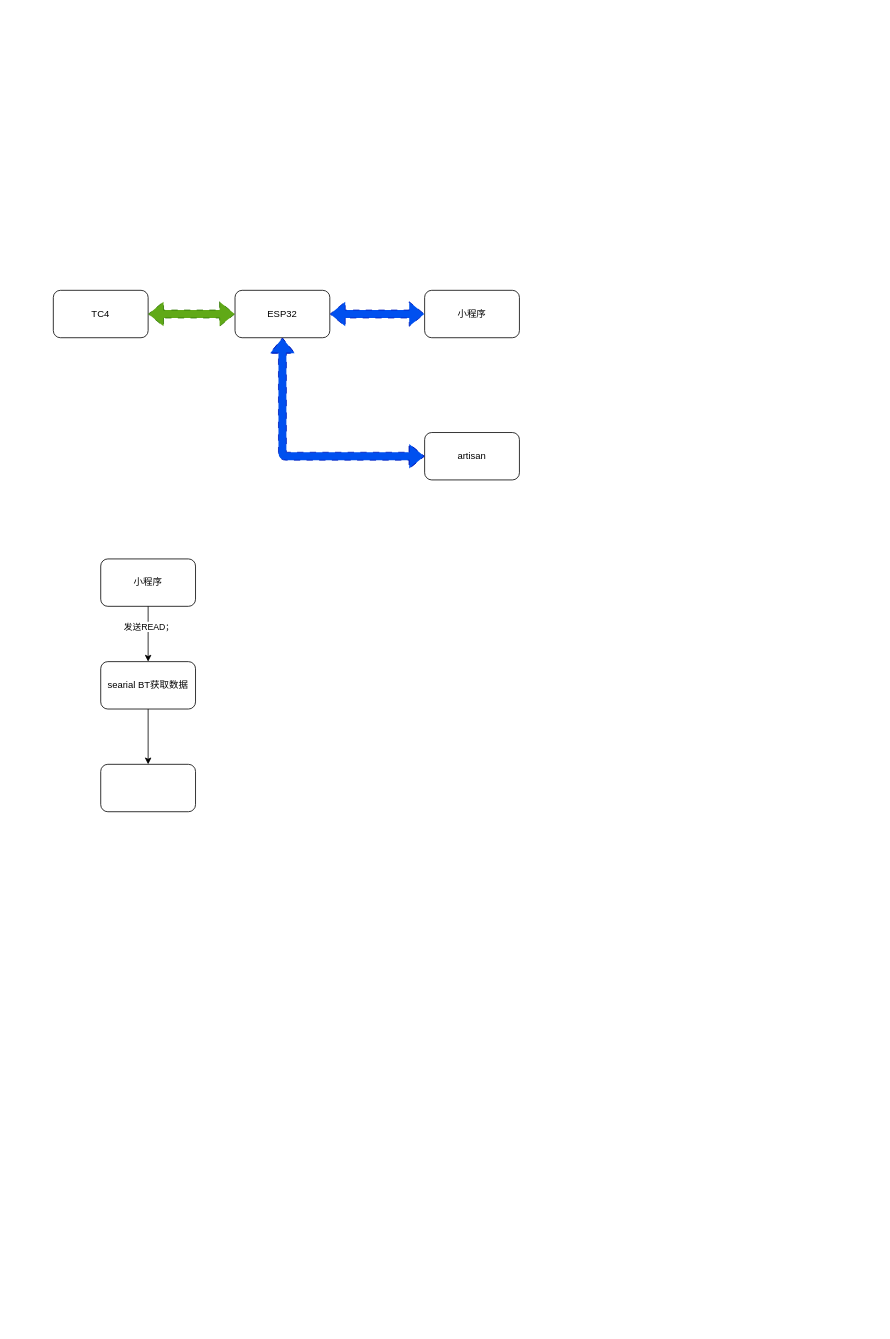
Before: src/flow.drawio in sakunamary/tc4-ble-brigde, a draw.io diagram. Source tidied: cells renumbered, new cells numbered last; positions are measured from the earlier drawing's top-left corner, leaving out a move shared by most shapes. Both pictures are drawn from the tidied source at 79%, with x=0, y=0 at pixel (53, 290).
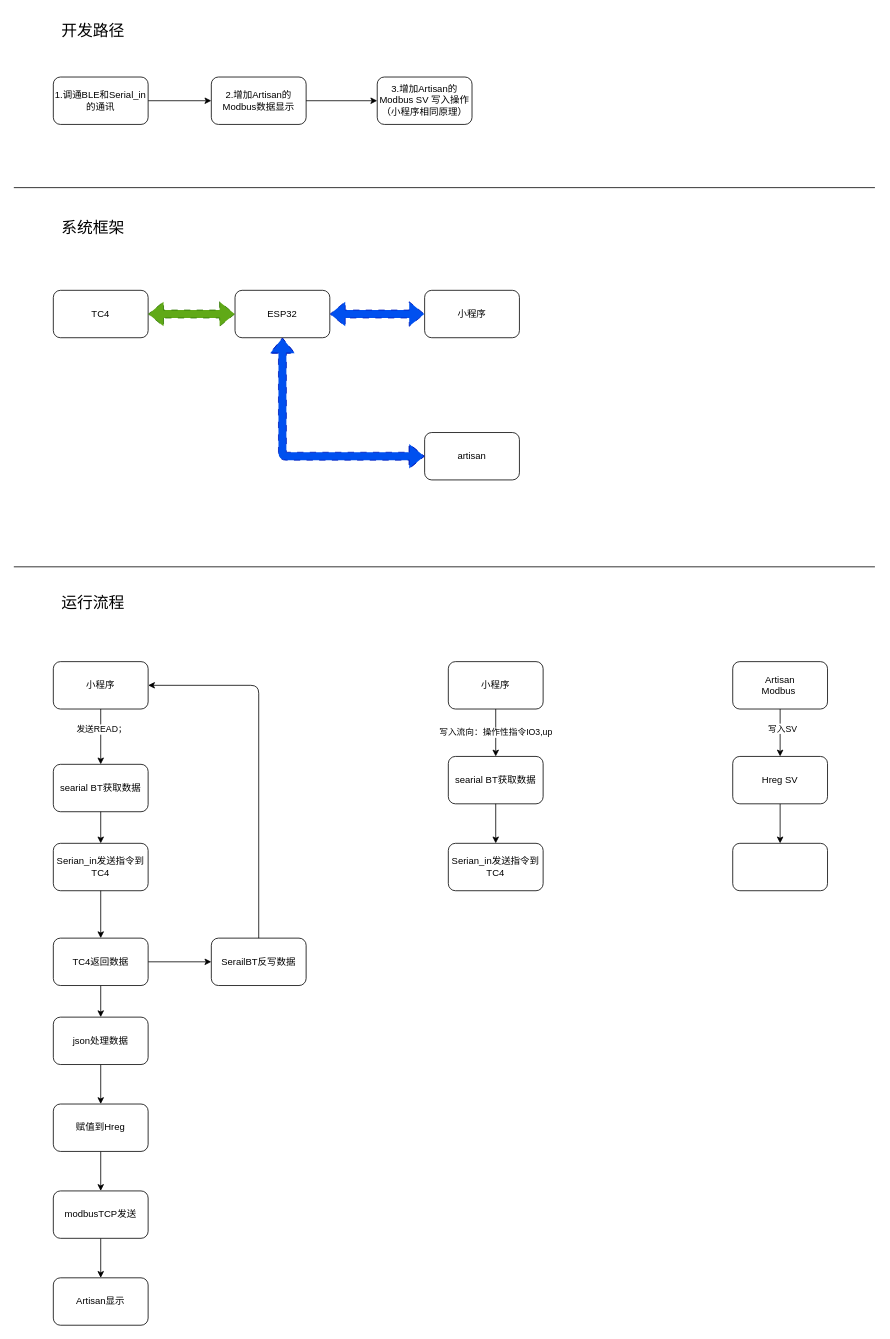
The same diagram, later.

What changed in the source:
```diff
@@
     <mxCell id="9" value="小程序" style="rounded=1;whiteSpace=wrap;html=1;" parent="1" vertex="1">
-      <mxGeometry x="60" y="340" width="120" height="60" as="geometry" />
+      <mxGeometry y="470" width="120" height="60" as="geometry" />
     </mxCell>
     <mxCell id="10" value="searial BT获取数据" style="whiteSpace=wrap;html=1;rounded=1;" parent="1" vertex="1">
-      <mxGeometry x="60" y="470" width="120" height="60" as="geometry" />
+      <mxGeometry y="600" width="120" height="60" as="geometry" />
     </mxCell>
@@
+    <mxCell id="15" style="edgeStyle=none;html=1;" parent="1" edge="1" source="13" target="18">
+      <mxGeometry relative="1" as="geometry" />
+    </mxCell>
+    <mxCell id="16" style="edgeStyle=none;html=1;" parent="1" edge="1" source="13" target="24">
+      <mxGeometry relative="1" as="geometry" />
+    </mxCell>
-    <mxCell id="13" style="whiteSpace=wrap;html=1;rounded=1;" parent="1" vertex="1">
-      <mxGeometry x="60" y="600" width="120" height="60" as="geometry" />
+    <mxCell id="13" value="TC4返回数据" style="whiteSpace=wrap;html=1;rounded=1;" parent="1" vertex="1">
+      <mxGeometry y="820" width="120" height="60" as="geometry" />
     </mxCell>
-    <mxCell id="14" style="endArrow=classic;html=1;exitX=0.5;exitY=1;exitDx=0;exitDy=0;entryX=0.5;entryY=0;entryDx=0;entryDy=0;" parent="1" edge="1" source="10" target="13">
+    <mxCell id="14" style="endArrow=classic;html=1;exitX=0.5;exitY=1;exitDx=0;exitDy=0;entryX=0.5;entryY=0;entryDx=0;entryDy=0;" parent="1" edge="1" source="10" target="25">
       <mxGeometry relative="1" as="geometry" />
     </mxCell>
+    <mxCell id="17" style="edgeStyle=none;html=1;" parent="1" edge="1" source="18" target="20">
+      <mxGeometry relative="1" as="geometry" />
+    </mxCell>
+    <mxCell id="18" value="json处理数据" style="whiteSpace=wrap;html=1;rounded=1;" parent="1" vertex="1">
+      <mxGeometry y="920" width="120" height="60" as="geometry" />
+    </mxCell>
+    <mxCell id="19" style="edgeStyle=none;html=1;" parent="1" edge="1" source="20" target="22">
+      <mxGeometry relative="1" as="geometry" />
+    </mxCell>
+    <mxCell id="20" value="赋值到Hreg" style="whiteSpace=wrap;html=1;rounded=1;" parent="1" vertex="1">
+      <mxGeometry y="1030" width="120" height="60" as="geometry" />
+    </mxCell>
+    <mxCell id="21" style="edgeStyle=none;html=1;" parent="1" edge="1" source="22" target="23">
+      <mxGeometry relative="1" as="geometry" />
+    </mxCell>
+    <mxCell id="22" value="modbusTCP发送" style="whiteSpace=wrap;html=1;rounded=1;" parent="1" vertex="1">
+      <mxGeometry y="1140" width="120" height="60" as="geometry" />
+    </mxCell>
+    <mxCell id="23" value="Artisan显示" style="whiteSpace=wrap;html=1;rounded=1;" parent="1" vertex="1">
+      <mxGeometry y="1250" width="120" height="60" as="geometry" />
+    </mxCell>
+    <mxCell id="24" value="SerailBT反写数据" style="whiteSpace=wrap;html=1;rounded=1;" parent="1" vertex="1">
+      <mxGeometry x="200" y="820" width="120" height="60" as="geometry" />
+    </mxCell>
+    <mxCell id="25" value="Serian_in发送指令到TC4" style="rounded=1;whiteSpace=wrap;html=1;" parent="1" vertex="1">
+      <mxGeometry y="700" width="120" height="60" as="geometry" />
+    </mxCell>
+    <mxCell id="26" style="endArrow=classic;html=1;entryX=0.5;entryY=0;entryDx=0;entryDy=0;exitX=0.5;exitY=1;exitDx=0;exitDy=0;" parent="1" edge="1" source="25" target="13">
+      <mxGeometry relative="1" as="geometry" />
+    </mxCell>
+    <mxCell id="27" style="endArrow=classic;html=1;exitX=0.5;exitY=0;exitDx=0;exitDy=0;entryX=1;entryY=0.5;entryDx=0;entryDy=0;" parent="1" edge="1" source="24" target="9">
+      <mxGeometry relative="1" as="geometry">
+        <Array as="points">
+          <mxPoint x="260" y="500" />
+        </Array>
+      </mxGeometry>
+    </mxCell>
+    <mxCell id="28" value="小程序" style="rounded=1;whiteSpace=wrap;html=1;" parent="1" vertex="1">
+      <mxGeometry x="500" y="470" width="120" height="60" as="geometry" />
+    </mxCell>
+    <mxCell id="29" value="写入流向：操作性指令IO3,up" style="edgeStyle=none;html=1;exitX=0.5;exitY=1;exitDx=0;exitDy=0;entryX=0.5;entryY=0;entryDx=0;entryDy=0;" parent="1" edge="1" source="28" target="30">
+      <mxGeometry relative="1" as="geometry" />
+    </mxCell>
+    <mxCell id="30" value="searial BT获取数据" style="whiteSpace=wrap;html=1;rounded=1;" parent="1" vertex="1">
+      <mxGeometry x="500" y="590" width="120" height="60" as="geometry" />
+    </mxCell>
+    <mxCell id="31" value="Serian_in发送指令到TC4" style="rounded=1;whiteSpace=wrap;html=1;" parent="1" vertex="1">
+      <mxGeometry x="500" y="700" width="120" height="60" as="geometry" />
+    </mxCell>
+    <mxCell id="32" style="endArrow=classic;html=1;exitX=0.5;exitY=1;exitDx=0;exitDy=0;" parent="1" edge="1" source="30" target="31">
+      <mxGeometry relative="1" as="geometry" />
+    </mxCell>
+    <mxCell id="33" style="edgeStyle=none;html=1;" parent="1" edge="1" source="35" target="37">
+      <mxGeometry relative="1" as="geometry" />
+    </mxCell>
+    <mxCell id="34" value="写入SV" style="edgeLabel;html=1;align=center;verticalAlign=middle;" parent="33" vertex="1">
+      <mxGeometry x="-0.2" y="2" relative="1" as="geometry" />
+    </mxCell>
+    <mxCell id="35" value="Artisan&lt;br&gt;Modbus&amp;nbsp;" style="whiteSpace=wrap;html=1;rounded=1;" parent="1" vertex="1">
+      <mxGeometry x="860" y="470" width="120" height="60" as="geometry" />
+    </mxCell>
+    <mxCell id="36" style="edgeStyle=none;html=1;" parent="1" edge="1" source="37" target="38">
+      <mxGeometry relative="1" as="geometry" />
+    </mxCell>
+    <mxCell id="37" value="Hreg SV" style="whiteSpace=wrap;html=1;rounded=1;" parent="1" vertex="1">
+      <mxGeometry x="860" y="590" width="120" height="60" as="geometry" />
+    </mxCell>
+    <mxCell id="38" style="whiteSpace=wrap;html=1;rounded=1;" parent="1" vertex="1">
+      <mxGeometry x="860" y="700" width="120" height="60" as="geometry" />
+    </mxCell>
+    <mxCell id="39" style="edgeStyle=none;html=1;" parent="1" edge="1" source="40" target="41">
+      <mxGeometry relative="1" as="geometry" />
+    </mxCell>
+    <mxCell id="40" value="1.调通BLE和Serial_in的通讯" style="rounded=1;whiteSpace=wrap;html=1;" parent="1" vertex="1">
+      <mxGeometry y="-270" width="120" height="60" as="geometry" />
+    </mxCell>
+    <mxCell id="41" value="2.增加Artisan的Modbus数据显示" style="whiteSpace=wrap;html=1;rounded=1;" parent="1" vertex="1">
+      <mxGeometry x="200" y="-270" width="120" height="60" as="geometry" />
+    </mxCell>
+    <mxCell id="42" style="endArrow=none;html=1;" parent="1" edge="1">
+      <mxGeometry relative="1" as="geometry">
+        <mxPoint x="-50" y="-130" as="sourcePoint" />
+        <mxPoint x="1040" y="-130" as="targetPoint" />
+      </mxGeometry>
+    </mxCell>
+    <mxCell id="43" value="3.增加Artisan的Modbus SV 写入操作（小程序相同原理）" style="whiteSpace=wrap;html=1;rounded=1;" parent="1" vertex="1">
+      <mxGeometry x="410" y="-270" width="120" height="60" as="geometry" />
+    </mxCell>
+    <mxCell id="44" style="endArrow=classic;html=1;exitX=1;exitY=0.5;exitDx=0;exitDy=0;entryX=0;entryY=0.5;entryDx=0;entryDy=0;" parent="1" edge="1" source="41" target="43">
+      <mxGeometry relative="1" as="geometry" />
+    </mxCell>
+    <mxCell id="45" style="endArrow=none;html=1;" parent="1" edge="1">
+      <mxGeometry relative="1" as="geometry">
+        <mxPoint x="-50" y="350" as="sourcePoint" />
+        <mxPoint x="1040" y="350" as="targetPoint" />
+      </mxGeometry>
+    </mxCell>
+    <mxCell id="46" value="&lt;font style=&quot;font-size: 20px;&quot;&gt;开发路径&lt;/font&gt;" style="text;html=1;align=center;verticalAlign=middle;strokeColor=none;fillColor=none;" parent="1" vertex="1">
+      <mxGeometry y="-350" width="100" height="40" as="geometry" />
+    </mxCell>
+    <mxCell id="47" value="&lt;font style=&quot;font-size: 20px;&quot;&gt;系统框架&lt;/font&gt;" style="text;html=1;align=center;verticalAlign=middle;strokeColor=none;fillColor=none;" parent="1" vertex="1">
+      <mxGeometry y="-100" width="100" height="40" as="geometry" />
+    </mxCell>
+    <mxCell id="48" value="&lt;span style=&quot;font-size: 20px;&quot;&gt;运行流程&lt;/span&gt;" style="text;html=1;align=center;verticalAlign=middle;strokeColor=none;fillColor=none;" parent="1" vertex="1">
+      <mxGeometry y="375" width="100" height="40" as="geometry" />
+    </mxCell>
```
